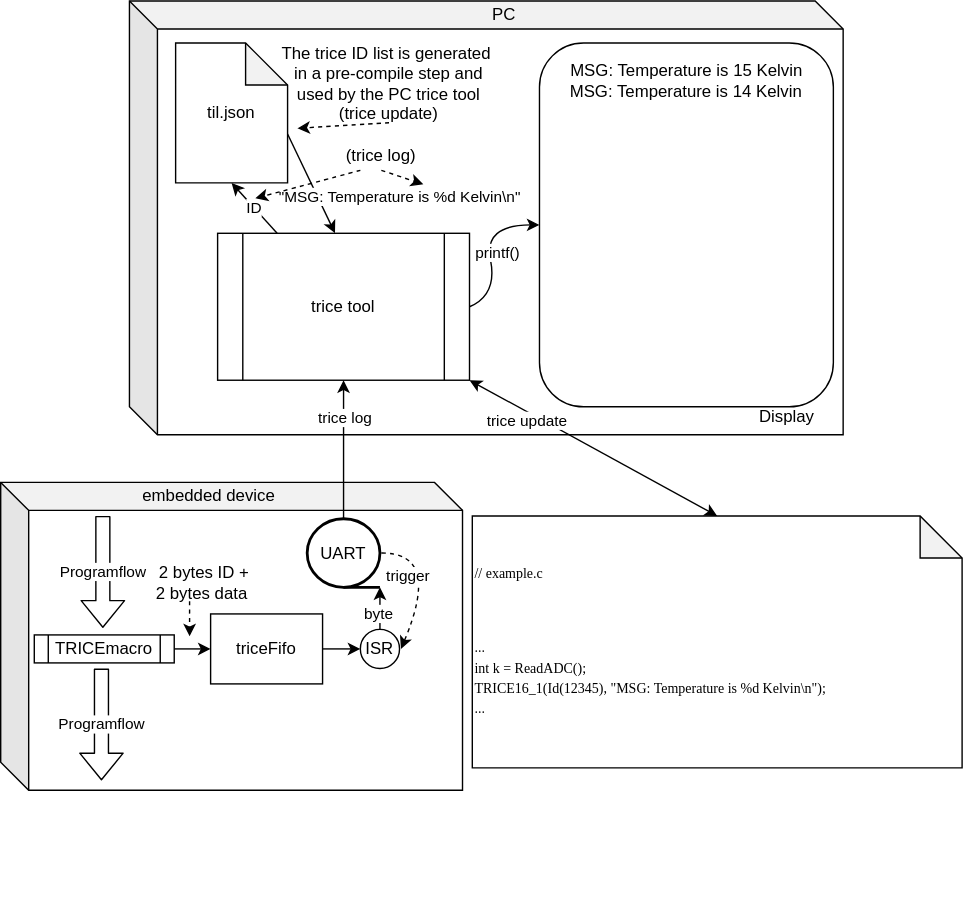
rokath/trice keeps this draw.io diagram as docs/README.media/trice4BlockDiagram.svg. Above is the earlier version. Source tidied: cells renumbered, new cells last; positions are measured from the earlier drawing's top-left corner, leaving out a move shared by most shapes.
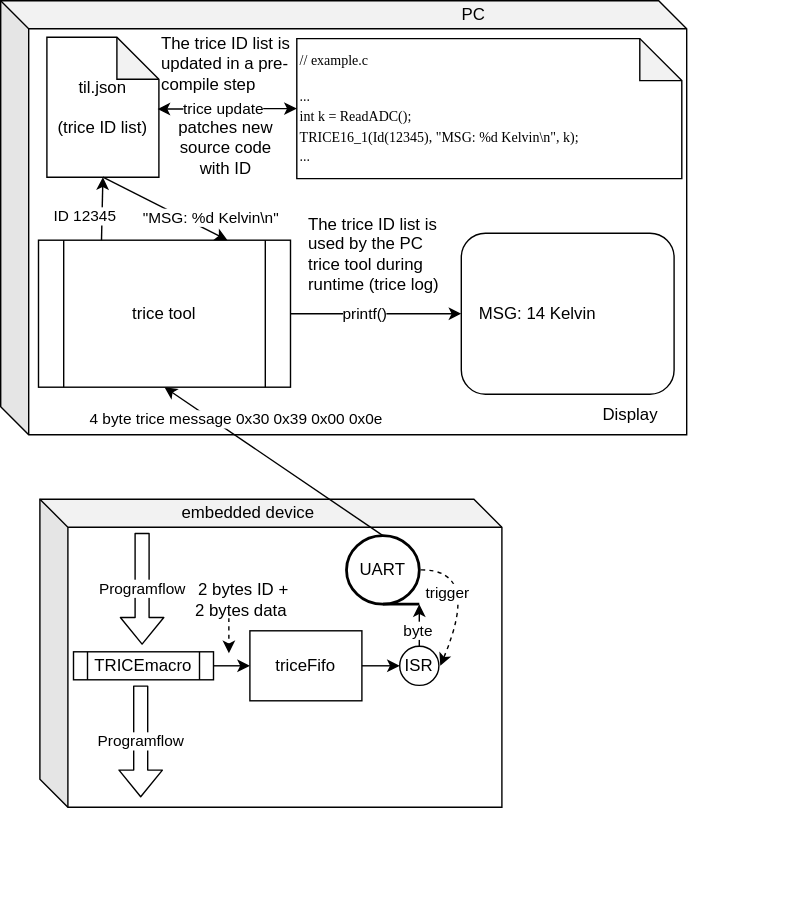
Above is the later version.

Change to the diagram source:
```diff
@@ -3,25 +3,28 @@
     <mxCell id="0" />
     <mxCell id="1" parent="0" />
     <mxCell id="2" style="shape=cube;whiteSpace=wrap;html=1;boundedLbl=1;backgroundOutline=1;darkOpacity=0.05;darkOpacity2=0.1;" parent="1" vertex="1">
-      <mxGeometry x="92" width="510" height="310" as="geometry" />
+      <mxGeometry x="22" width="490" height="310" as="geometry" />
     </mxCell>
+    <mxCell id="30" value="&lt;pre&gt;&lt;font face=&quot;Lucida Console&quot; style=&quot;font-size: 10px&quot;&gt;// example.c&lt;/font&gt;&lt;/pre&gt;&lt;pre&gt;&lt;font face=&quot;Lucida Console&quot; style=&quot;font-size: 10px&quot;&gt;...&lt;br&gt;&lt;/font&gt;&lt;font face=&quot;Lucida Console&quot; style=&quot;font-size: 10px&quot;&gt;int k = ReadADC();&amp;nbsp; &amp;nbsp; &amp;nbsp; &amp;nbsp; &amp;nbsp; &amp;nbsp; &amp;nbsp; &amp;nbsp; &amp;nbsp; &amp;nbsp; &amp;nbsp; &amp;nbsp; &amp;nbsp; &amp;nbsp; &amp;nbsp; &amp;nbsp; &amp;nbsp; &amp;nbsp; &amp;nbsp; &amp;nbsp; &amp;nbsp;&lt;br&gt;&lt;/font&gt;&lt;font face=&quot;Lucida Console&quot; style=&quot;font-size: 10px&quot;&gt;TRICE16_1(Id(12345),&amp;nbsp;&lt;span style=&quot;background-color: rgb(255 , 255 , 255)&quot;&gt;&quot;MSG: %d Kelvin\n&quot;, k);&lt;br&gt;&lt;/span&gt;&lt;/font&gt;&lt;font face=&quot;Lucida Console&quot; style=&quot;font-size: 10px&quot;&gt;...&amp;nbsp;&lt;/font&gt;&lt;/pre&gt;" style="shape=note;whiteSpace=wrap;html=1;backgroundOutline=1;darkOpacity=0.05;align=left;" parent="1" vertex="1">
+      <mxGeometry x="233.5" y="27" width="275" height="100" as="geometry" />
+    </mxCell>
     <mxCell id="3" style="shape=cube;whiteSpace=wrap;html=1;boundedLbl=1;backgroundOutline=1;darkOpacity=0.05;darkOpacity2=0.1;" parent="1" vertex="1">
-      <mxGeometry y="344" width="330" height="220" as="geometry" />
+      <mxGeometry x="50" y="356" width="330" height="220" as="geometry" />
     </mxCell>
     <mxCell id="4" value="&lt;span&gt;triceFifo&lt;/span&gt;" style="rounded=0;whiteSpace=wrap;html=1;" parent="1" vertex="1">
-      <mxGeometry x="150" y="438" width="80" height="50" as="geometry" />
+      <mxGeometry x="200" y="450" width="80" height="50" as="geometry" />
     </mxCell>
     <mxCell id="5" value="TRICEmacro" style="shape=process;whiteSpace=wrap;html=1;backgroundOutline=1;" parent="1" vertex="1">
-      <mxGeometry x="24" y="453" width="100" height="20" as="geometry" />
+      <mxGeometry x="74" y="465" width="100" height="20" as="geometry" />
     </mxCell>
     <mxCell id="6" value="Programflow" style="shape=flexArrow;endArrow=classic;html=1;" parent="1" edge="1">
       <mxGeometry relative="1" as="geometry">
-        <mxPoint x="73" y="368" as="sourcePoint" />
-        <mxPoint x="73" y="448" as="targetPoint" />
+        <mxPoint x="123" y="380" as="sourcePoint" />
+        <mxPoint x="123" y="460" as="targetPoint" />
       </mxGeometry>
     </mxCell>
     <mxCell id="7" value="ISR" style="ellipse;whiteSpace=wrap;html=1;" parent="1" vertex="1">
-      <mxGeometry x="257" y="449" width="28" height="28" as="geometry" />
+      <mxGeometry x="307" y="461" width="28" height="28" as="geometry" />
     </mxCell>
     <mxCell id="8" style="endArrow=classic;html=1;exitX=1;exitY=0.5;exitDx=0;exitDy=0;entryX=0;entryY=0.5;entryDx=0;entryDy=0;edgeStyle=orthogonalEdgeStyle;curved=1;" parent="1" edge="1" source="5" target="4">
       <mxGeometry relative="1" as="geometry" />
@@ -29,14 +32,14 @@
     <mxCell id="9" value="&amp;nbsp; &amp;nbsp; &amp;nbsp; &amp;nbsp; &amp;nbsp; &amp;nbsp; &amp;nbsp; &amp;nbsp; &amp;nbsp; &amp;nbsp; &amp;nbsp; &amp;nbsp; &amp;nbsp;&amp;nbsp;" style="text;html=1;align=center;verticalAlign=middle;" parent="1" vertex="1">
       <mxGeometry x="342" y="626" width="100" height="20" as="geometry" />
     </mxCell>
-    <mxCell id="10" value="til.json" style="shape=note;whiteSpace=wrap;html=1;backgroundOutline=1;darkOpacity=0.05;" parent="1" vertex="1">
-      <mxGeometry x="125" y="30" width="80" height="100" as="geometry" />
+    <mxCell id="10" value="til.json&lt;br&gt;&lt;br&gt;(trice ID list)" style="shape=note;whiteSpace=wrap;html=1;backgroundOutline=1;darkOpacity=0.05;" parent="1" vertex="1">
+      <mxGeometry x="55" y="26" width="80" height="100" as="geometry" />
     </mxCell>
-    <mxCell id="11" value="The trice ID list is generated&amp;nbsp; in a pre-compile step and used by the PC trice tool&lt;br&gt;(trice update)" style="text;html=1;strokeColor=none;fillColor=none;align=center;verticalAlign=middle;whiteSpace=wrap;rounded=0;rotation=0;" parent="1" vertex="1">
-      <mxGeometry x="195" y="30" width="165" height="57" as="geometry" />
+    <mxCell id="11" value="The trice ID list is updated in a pre-compile step" style="text;html=1;strokeColor=none;fillColor=none;align=left;verticalAlign=middle;whiteSpace=wrap;rounded=0;rotation=0;" parent="1" vertex="1">
+      <mxGeometry x="135" y="21" width="100" height="47" as="geometry" />
     </mxCell>
     <mxCell id="12" style="rounded=1;whiteSpace=wrap;html=1;" parent="1" vertex="1">
-      <mxGeometry x="385" y="30" width="210" height="260" as="geometry" />
+      <mxGeometry x="351" y="166" width="152" height="115" as="geometry" />
     </mxCell>
     <mxCell id="13" style="endArrow=classic;html=1;entryX=0;entryY=0.5;entryDx=0;entryDy=0;edgeStyle=orthogonalEdgeStyle;curved=1;exitX=1;exitY=0.5;exitDx=0;exitDy=0;" parent="1" edge="1" source="4" target="7">
       <mxGeometry relative="1" as="geometry" />
@@ -49,100 +52,80 @@
         <mxPoint x="5" y="8" as="offset" />
       </mxGeometry>
     </mxCell>
-    <mxCell id="16" value="MSG: Temperature is 15 Kelvin&amp;nbsp;" style="text;html=1;strokeColor=none;fillColor=none;align=center;verticalAlign=middle;whiteSpace=wrap;rounded=0;" parent="1" vertex="1">
-      <mxGeometry x="397" y="40" width="190" height="20" as="geometry" />
-    </mxCell>
-    <mxCell id="17" value="MSG: Temperature is 14 Kelvin" style="text;html=1;strokeColor=none;fillColor=none;align=center;verticalAlign=middle;whiteSpace=wrap;rounded=0;" parent="1" vertex="1">
-      <mxGeometry x="400" y="55" width="180" height="20" as="geometry" />
+    <mxCell id="17" value="MSG: 14 Kelvin" style="text;html=1;strokeColor=none;fillColor=none;align=left;verticalAlign=middle;whiteSpace=wrap;rounded=0;" parent="1" vertex="1">
+      <mxGeometry x="362" y="213.5" width="90" height="20" as="geometry" />
     </mxCell>
     <mxCell id="18" value="trice tool" style="shape=process;whiteSpace=wrap;html=1;backgroundOutline=1;" parent="1" vertex="1">
-      <mxGeometry x="155" y="166" width="180" height="105" as="geometry" />
+      <mxGeometry x="49" y="171" width="180" height="105" as="geometry" />
     </mxCell>
     <mxCell id="19" value="printf()" style="curved=1;endArrow=classic;html=1;exitX=1;exitY=0.5;exitDx=0;exitDy=0;entryX=0;entryY=0.5;entryDx=0;entryDy=0;" parent="1" edge="1" source="18" target="12">
-      <mxGeometry x="-0.09" y="-6" relative="1" as="geometry">
-        <Array as="points">
-          <mxPoint x="355" y="210" />
-          <mxPoint x="345" y="160" />
-        </Array>
-      </mxGeometry>
+      <mxGeometry x="-0.13" relative="1" as="geometry" />
     </mxCell>
     <mxCell id="20" value="Display" style="text;html=1;strokeColor=none;fillColor=none;align=center;verticalAlign=middle;whiteSpace=wrap;rounded=0;" parent="1" vertex="1">
-      <mxGeometry x="542" y="287" width="40" height="20" as="geometry" />
+      <mxGeometry x="452" y="286" width="40" height="20" as="geometry" />
     </mxCell>
     <mxCell id="21" value="embedded device" style="text;html=1;strokeColor=none;fillColor=none;align=center;verticalAlign=middle;whiteSpace=wrap;rounded=0;" parent="1" vertex="1">
-      <mxGeometry x="89" y="344" width="120" height="20" as="geometry" />
+      <mxGeometry x="139" y="356" width="120" height="20" as="geometry" />
     </mxCell>
     <mxCell id="22" value="PC" style="text;html=1;strokeColor=none;fillColor=none;align=center;verticalAlign=middle;whiteSpace=wrap;rounded=0;" parent="1" vertex="1">
       <mxGeometry x="340" width="40" height="20" as="geometry" />
     </mxCell>
     <mxCell id="23" value="trigger" style="curved=1;endArrow=classic;html=1;shadow=0;dashed=1;entryX=1;entryY=0.5;entryDx=0;entryDy=0;exitX=1;exitY=0.5;exitDx=0;exitDy=0;exitPerimeter=0;" parent="1" edge="1">
       <mxGeometry x="0.15" y="-15" relative="1" as="geometry">
-        <mxPoint x="272" y="394.5" as="sourcePoint" />
-        <mxPoint x="286" y="463" as="targetPoint" />
+        <mxPoint x="322" y="406.5" as="sourcePoint" />
+        <mxPoint x="336" y="475" as="targetPoint" />
         <Array as="points">
-          <mxPoint x="315" y="394" />
+          <mxPoint x="365" y="406" />
         </Array>
       </mxGeometry>
     </mxCell>
-    <mxCell id="24" value="ID" style="endArrow=classic;html=1;shadow=0;entryX=0.5;entryY=1;entryDx=0;entryDy=0;entryPerimeter=0;" parent="1" edge="1" source="18" target="10">
-      <mxGeometry relative="1" as="geometry" />
-    </mxCell>
-    <mxCell id="25" value="&quot;MSG: Temperature is %d Kelvin\n&quot;" style="endArrow=classic;html=1;shadow=0;exitX=0;exitY=0;exitDx=80;exitDy=65;exitPerimeter=0;entryX=0.466;entryY=-0.001;entryDx=0;entryDy=0;entryPerimeter=0;" parent="1" edge="1" source="10" target="18">
-      <mxGeometry x="0.91" y="53" relative="1" as="geometry" />
+    <mxCell id="25" value="&quot;MSG: %d Kelvin\n&quot;" style="endArrow=classic;html=1;shadow=0;exitX=0.5;exitY=1;exitDx=0;exitDy=0;exitPerimeter=0;entryX=0.75;entryY=0;entryDx=0;entryDy=0;" parent="1" edge="1" source="10" target="18">
+      <mxGeometry x="0.65" y="9" relative="1" as="geometry" />
     </mxCell>
     <mxCell id="26" value="UART" style="strokeWidth=2;html=1;shape=mxgraph.flowchart.sequential_data;whiteSpace=wrap;" parent="1" vertex="1">
-      <mxGeometry x="219" y="370" width="52" height="49" as="geometry" />
+      <mxGeometry x="269" y="382" width="52" height="49" as="geometry" />
     </mxCell>
     <mxCell id="27" value="&lt;span&gt;&amp;nbsp;2 bytes ID&amp;nbsp;&lt;/span&gt;&lt;span&gt;+ 2 bytes data&lt;/span&gt;" style="text;html=1;strokeColor=none;fillColor=none;align=center;verticalAlign=middle;whiteSpace=wrap;rounded=0;" parent="1" vertex="1">
-      <mxGeometry x="107" y="406" width="74" height="20" as="geometry" />
+      <mxGeometry x="157" y="418" width="74" height="20" as="geometry" />
     </mxCell>
     <mxCell id="28" style="curved=1;endArrow=classic;html=1;shadow=0;dashed=1;exitX=0.378;exitY=1.15;exitDx=0;exitDy=0;exitPerimeter=0;" parent="1" edge="1" source="27">
       <mxGeometry relative="1" as="geometry">
-        <mxPoint x="135" y="454" as="targetPoint" />
+        <mxPoint x="185" y="466" as="targetPoint" />
       </mxGeometry>
     </mxCell>
     <mxCell id="29" value="Programflow" style="shape=flexArrow;endArrow=classic;html=1;" parent="1" edge="1">
       <mxGeometry relative="1" as="geometry">
-        <mxPoint x="72" y="477" as="sourcePoint" />
-        <mxPoint x="72" y="557" as="targetPoint" />
+        <mxPoint x="122" y="489" as="sourcePoint" />
+        <mxPoint x="122" y="569" as="targetPoint" />
       </mxGeometry>
     </mxCell>
-    <mxCell id="30" value="&lt;pre&gt;&lt;font face=&quot;Lucida Console&quot; style=&quot;font-size: 10px&quot;&gt;// example.c&lt;/font&gt;&lt;/pre&gt;&lt;pre&gt;&lt;br&gt;&lt;/pre&gt;&lt;pre&gt;&lt;font face=&quot;Lucida Console&quot; style=&quot;font-size: 10px&quot;&gt;...&lt;br&gt;&lt;/font&gt;&lt;font face=&quot;Lucida Console&quot; style=&quot;font-size: 10px&quot;&gt;int k = ReadADC();&amp;nbsp; &amp;nbsp; &amp;nbsp; &amp;nbsp; &amp;nbsp; &amp;nbsp; &amp;nbsp; &amp;nbsp; &amp;nbsp; &amp;nbsp; &amp;nbsp; &amp;nbsp; &amp;nbsp; &amp;nbsp; &amp;nbsp; &amp;nbsp; &amp;nbsp; &amp;nbsp; &amp;nbsp; &amp;nbsp; &amp;nbsp;&lt;br&gt;&lt;/font&gt;&lt;font face=&quot;Lucida Console&quot; style=&quot;font-size: 10px&quot;&gt;TRICE16_1(Id(12345),&amp;nbsp;&lt;span style=&quot;background-color: rgb(255 , 255 , 255)&quot;&gt;&quot;MSG: Temperature is %d Kelvin\n&quot;);&lt;br&gt;&lt;/span&gt;&lt;/font&gt;&lt;font face=&quot;Lucida Console&quot; style=&quot;font-size: 10px&quot;&gt;...&amp;nbsp;&lt;/font&gt;&lt;/pre&gt;" style="shape=note;whiteSpace=wrap;html=1;backgroundOutline=1;darkOpacity=0.05;align=left;" parent="1" vertex="1">
-      <mxGeometry x="337" y="368" width="350" height="180" as="geometry" />
-    </mxCell>
-    <mxCell id="31" style="endArrow=classic;startArrow=classic;html=1;entryX=0.5;entryY=0;entryDx=0;entryDy=0;entryPerimeter=0;exitX=1;exitY=1;exitDx=0;exitDy=0;" parent="1" edge="1" source="18" target="30">
-      <mxGeometry relative="1" as="geometry" />
-    </mxCell>
-    <mxCell id="32" value="trice update" style="edgeLabel;html=1;align=center;verticalAlign=middle;" parent="31" vertex="1">
-      <mxGeometry x="-0.13" relative="1" as="geometry">
-        <mxPoint x="-37" y="-14" as="offset" />
-      </mxGeometry>
-    </mxCell>
     <mxCell id="33" style="endArrow=classic;html=1;entryX=0.5;entryY=1;entryDx=0;entryDy=0;exitX=0.5;exitY=0;exitDx=0;exitDy=0;exitPerimeter=0;" parent="1" edge="1" source="26" target="18">
       <mxGeometry relative="1" as="geometry" />
     </mxCell>
-    <mxCell id="34" value="trice log" style="edgeLabel;html=1;align=center;verticalAlign=middle;" parent="33" vertex="1">
+    <mxCell id="34" value="4 byte trice message 0x30 0x39 0x00 0x0e" style="edgeLabel;html=1;align=center;verticalAlign=middle;" parent="33" vertex="1">
       <mxGeometry x="0.36" relative="1" as="geometry">
-        <mxPoint y="-6" as="offset" />
+        <mxPoint y="-12" as="offset" />
       </mxGeometry>
     </mxCell>
-    <mxCell id="35" value="(trice log)" style="text;html=1;strokeColor=none;fillColor=none;align=center;verticalAlign=middle;whiteSpace=wrap;rounded=0;" parent="1" vertex="1">
-      <mxGeometry x="242" y="101" width="60" height="20" as="geometry" />
+    <mxCell id="35" value="The trice ID list is used by the PC trice tool during runtime (trice log)" style="text;html=1;strokeColor=none;fillColor=none;align=left;verticalAlign=middle;whiteSpace=wrap;rounded=0;" parent="1" vertex="1">
+      <mxGeometry x="240" y="161" width="102" height="40" as="geometry" />
     </mxCell>
-    <mxCell id="36" style="curved=1;endArrow=classic;html=1;shadow=0;dashed=1;exitX=0.25;exitY=1;exitDx=0;exitDy=0;" parent="1" edge="1" source="35">
-      <mxGeometry relative="1" as="geometry">
-        <mxPoint x="182" y="141" as="targetPoint" />
-      </mxGeometry>
-    </mxCell>
-    <mxCell id="37" style="curved=1;endArrow=classic;html=1;shadow=0;dashed=1;exitX=0.5;exitY=1;exitDx=0;exitDy=0;" parent="1" edge="1" source="35">
-      <mxGeometry relative="1" as="geometry">
-        <mxPoint x="302" y="131" as="targetPoint" />
-      </mxGeometry>
-    </mxCell>
-    <mxCell id="38" style="curved=1;endArrow=classic;html=1;shadow=0;dashed=1;exitX=0.5;exitY=1;exitDx=0;exitDy=0;" parent="1" edge="1" source="11">
-      <mxGeometry relative="1" as="geometry">
-        <mxPoint x="212" y="91" as="targetPoint" />
-      </mxGeometry>
-    </mxCell>
+    <mxCell id="39" style="edgeStyle=orthogonalEdgeStyle;rounded=0;orthogonalLoop=1;jettySize=auto;html=1;exitX=0.5;exitY=1;exitDx=0;exitDy=0;" parent="1" edge="1" source="20" target="20">
+      <mxGeometry relative="1" as="geometry" />
+    </mxCell>
+    <mxCell id="40" style="endArrow=classic;startArrow=classic;html=1;edgeStyle=orthogonalEdgeStyle;curved=1;entryX=0;entryY=0.5;entryDx=0;entryDy=0;entryPerimeter=0;exitX=0.988;exitY=0.513;exitDx=0;exitDy=0;exitPerimeter=0;" parent="1" edge="1" source="10" target="30">
+      <mxGeometry relative="1" as="geometry" />
+    </mxCell>
+    <mxCell id="32" value="trice update" style="edgeLabel;html=1;align=center;verticalAlign=middle;" parent="40" vertex="1">
+      <mxGeometry x="-0.13" relative="1" as="geometry">
+        <mxPoint x="4.4" y="-1.3" as="offset" />
+      </mxGeometry>
+    </mxCell>
+    <mxCell id="24" value="ID 12345" style="endArrow=classic;html=1;shadow=0;entryX=0.5;entryY=1;entryDx=0;entryDy=0;entryPerimeter=0;exitX=0.25;exitY=0;exitDx=0;exitDy=0;" parent="1" edge="1" source="18" target="10">
+      <mxGeometry x="-0.27" y="12" relative="1" as="geometry" />
+    </mxCell>
+    <mxCell id="41" value="patches new source code with ID" style="text;html=1;strokeColor=none;fillColor=none;align=center;verticalAlign=middle;whiteSpace=wrap;rounded=0;" parent="1" vertex="1">
+      <mxGeometry x="147.2" y="80" width="71.5" height="50" as="geometry" />
+    </mxCell>
   </root>
 </mxGraphModel>
```
